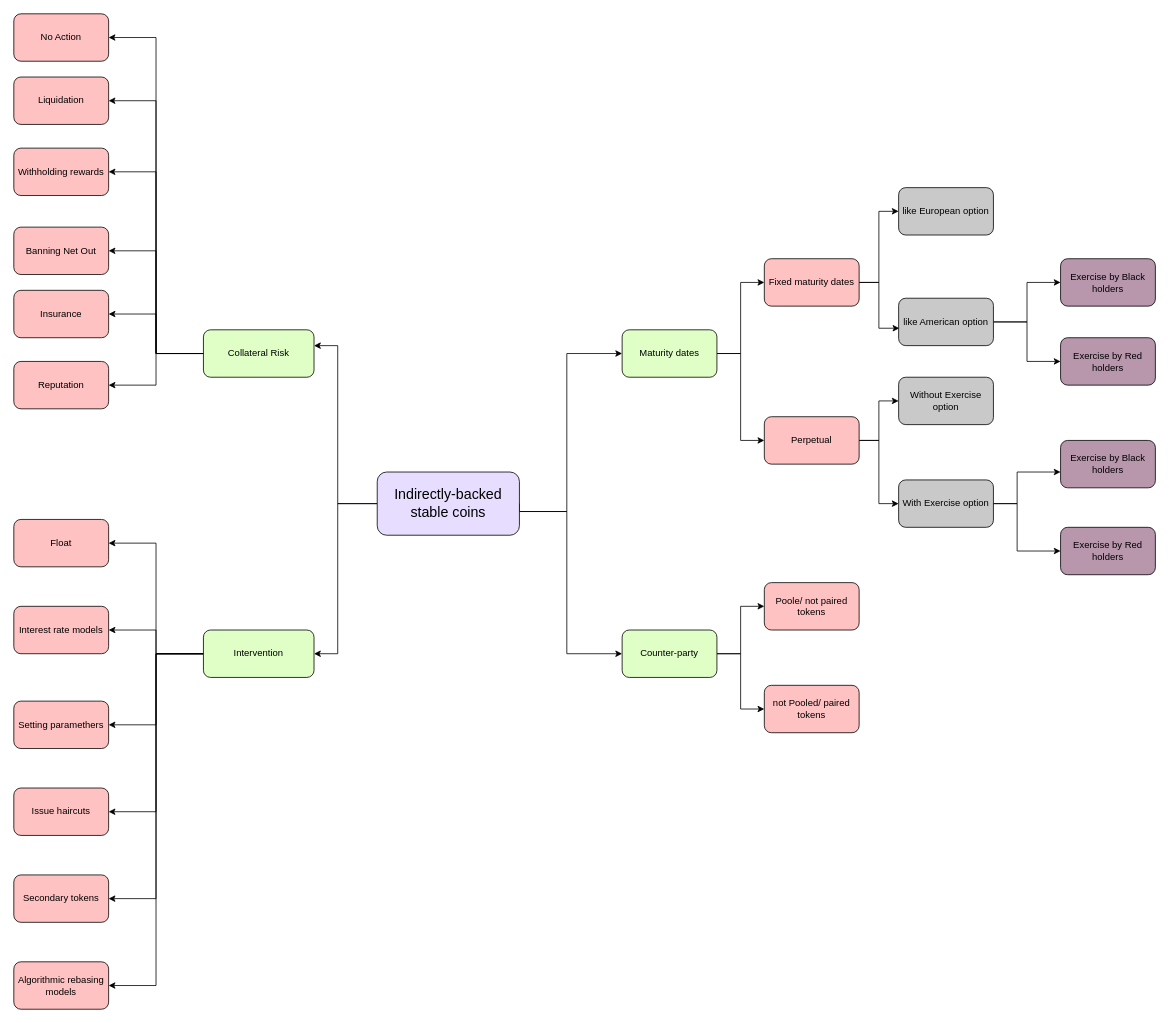
Above: Untitled Diagram.drawio in GreatSoshiant/Monte-Carlo (draw.io), before the change. Source tidied: cells renumbered, new cells numbered last; positions are measured from the earlier drawing's top-left corner, leaving out a move shared by most shapes. Both pictures are drawn from the tidied source at 79%, with x=0, y=0 at pixel (13, 13).
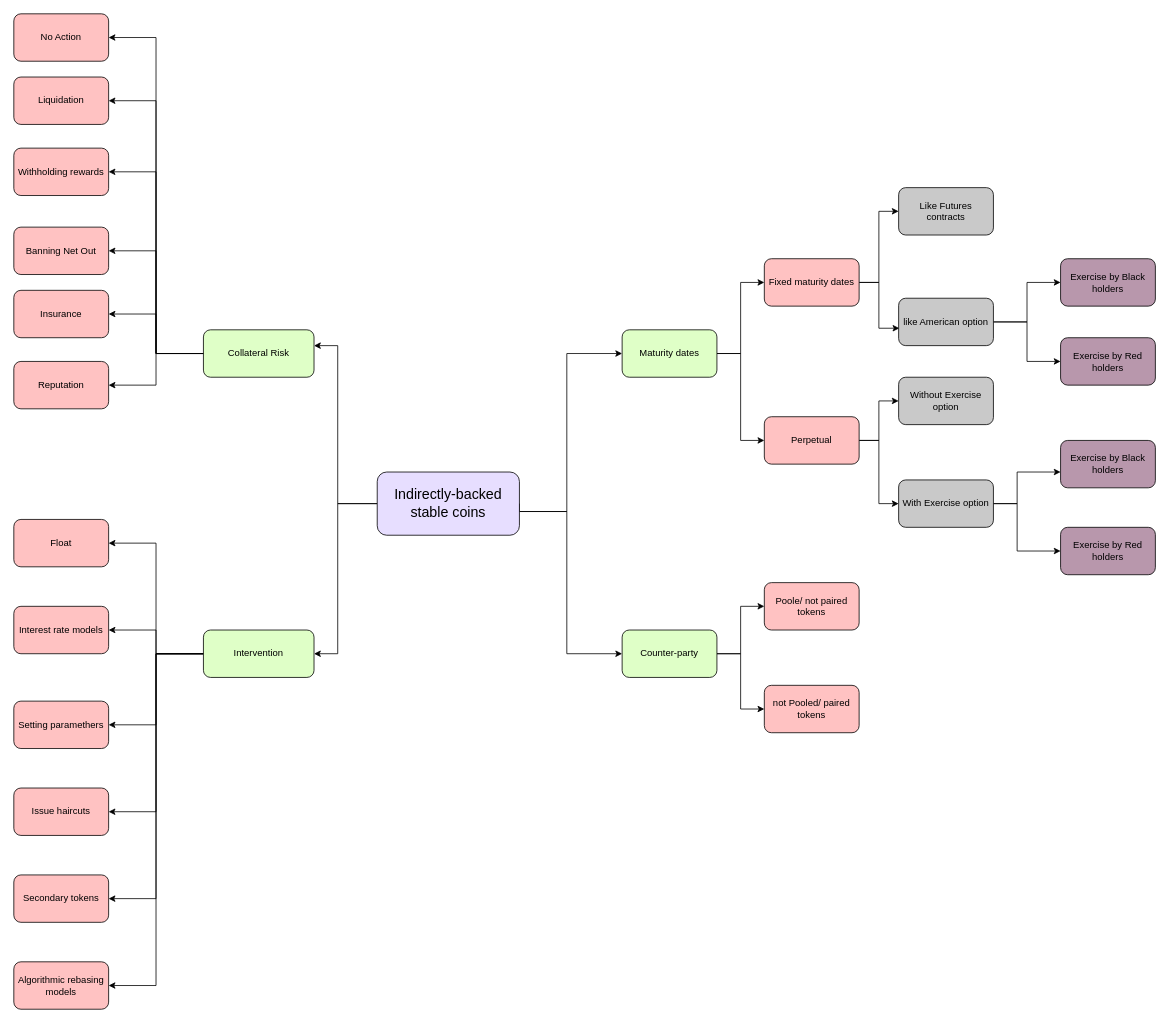
The same page after the edit.

Change to the diagram source:
```diff
@@
-    <mxCell id="26" value="like European option" style="rounded=1;whiteSpace=wrap;html=1;fillColor=#C9C9C9;" parent="1" vertex="1">
+    <mxCell id="26" value="Like Futures contracts" style="rounded=1;whiteSpace=wrap;html=1;fillColor=#C9C9C9;" parent="1" vertex="1">
       <mxGeometry x="1120" y="220" width="120" height="60" as="geometry" />
     </mxCell>
```
